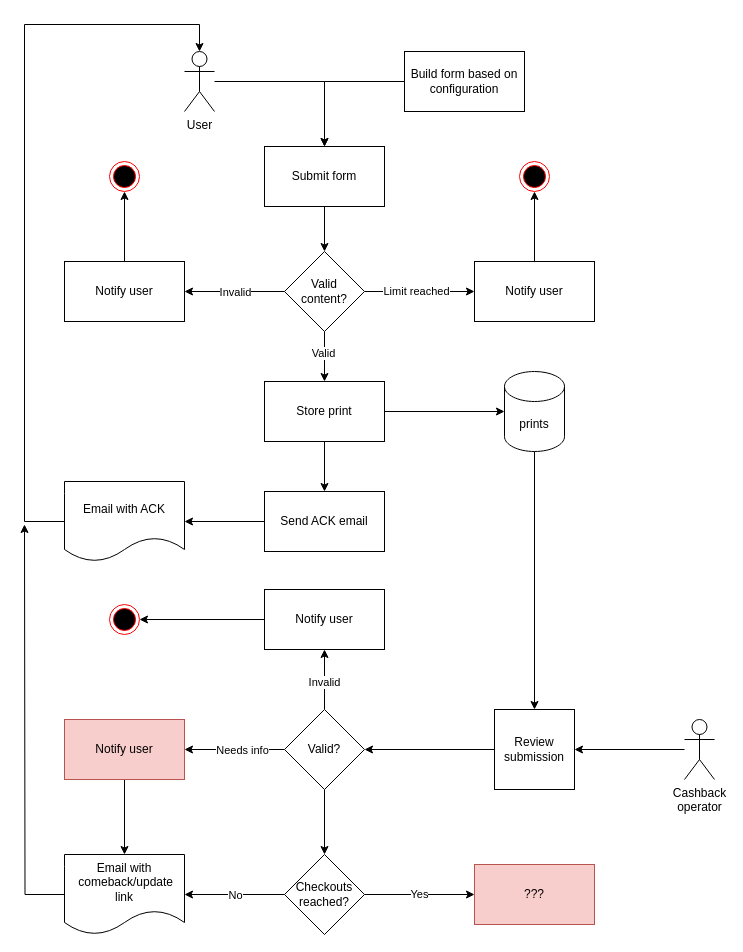
Above: page "User flow" (1 of 5) of loyalty/User Flow.drawio in valassis-fcalle/diagramas.net (draw.io), before the change. Source tidied: cells renumbered, new cells numbered last; positions are measured from the earlier drawing's top-left corner, leaving out a move shared by most shapes. Both pictures are drawn from the tidied source at 100%, with x=0, y=0 at pixel (24, 24).
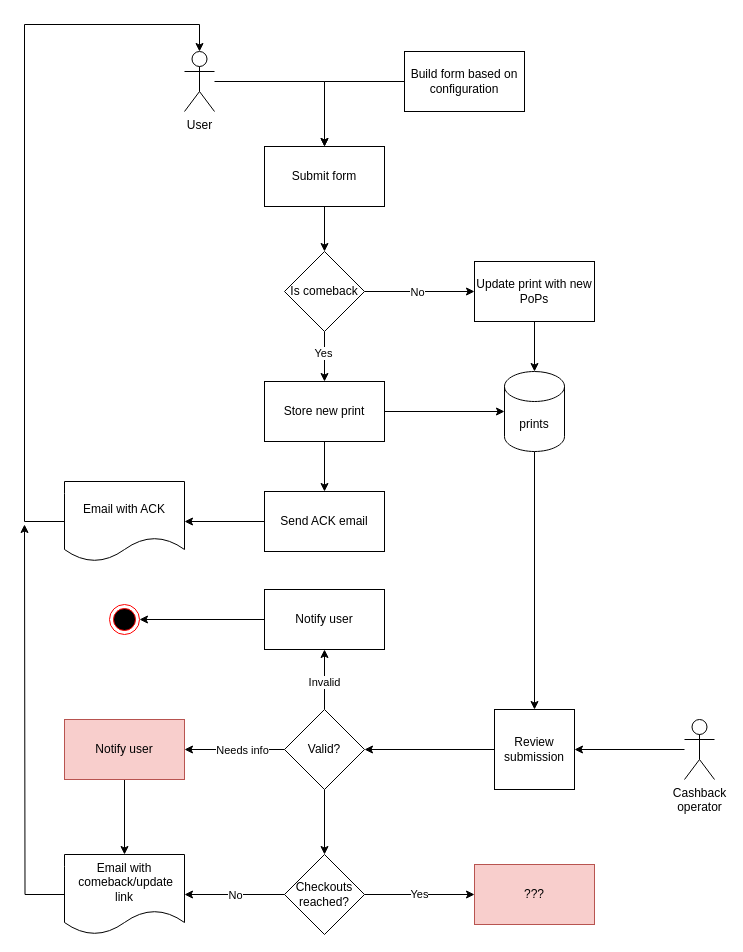
The same page after the edit.

The change refers to these unchanged cells:
```xml
<mxCell id="6" style="edgeStyle=orthogonalEdgeStyle;rounded=0;jettySize=auto;html=1;entryX=0;entryY=0.5;entryDx=0;entryDy=0;" parent="1" edge="1" source="10" target="15">
  <mxGeometry relative="1" as="geometry" />
</mxCell>
<mxCell id="8" style="edgeStyle=orthogonalEdgeStyle;rounded=0;jettySize=auto;html=1;entryX=0.5;entryY=0;entryDx=0;entryDy=0;" parent="1" edge="1" source="10" target="19">
  <mxGeometry relative="1" as="geometry" />
</mxCell>
<mxCell id="21" value="prints" style="shape=cylinder3;whiteSpace=wrap;html=1;boundedLbl=1;backgroundOutline=1;size=15;" parent="1" vertex="1">
  <mxGeometry x="480" y="347" width="60" height="80" as="geometry" />
</mxCell>
```

The edit, as a diff of the source:
```diff
@@
-    <mxCell id="4" style="edgeStyle=orthogonalEdgeStyle;rounded=0;jettySize=auto;html=1;exitX=0;exitY=0.5;exitDx=0;exitDy=0;entryX=1;entryY=0.5;entryDx=0;entryDy=0;" parent="1" edge="1" source="10" target="12">
-      <mxGeometry relative="1" as="geometry" />
-    </mxCell>
-    <mxCell id="5" value="Invalid" style="edgeLabel;html=1;align=center;verticalAlign=middle;" parent="4" vertex="1">
-      <mxGeometry y="2" relative="1" as="geometry">
-        <mxPoint y="-2" as="offset" />
-      </mxGeometry>
-    </mxCell>
@@
-    <mxCell id="7" value="Limit reached" style="edgeLabel;html=1;align=center;verticalAlign=middle;" parent="6" vertex="1">
-      <mxGeometry x="-0.07" y="1" relative="1" as="geometry" />
-    </mxCell>
+    <mxCell id="52" value="No" style="edgeLabel;html=1;align=center;verticalAlign=middle;" parent="6" vertex="1">
+      <mxGeometry x="-0.29" relative="1" as="geometry">
+        <mxPoint x="13" as="offset" />
+      </mxGeometry>
+    </mxCell>
@@
-    <mxCell id="9" value="Valid" style="edgeLabel;html=1;align=center;verticalAlign=middle;" parent="8" vertex="1">
+    <mxCell id="9" value="Yes" style="edgeLabel;html=1;align=center;verticalAlign=middle;" parent="8" vertex="1">
       <mxGeometry x="-0.17" y="-2" relative="1" as="geometry" />
     </mxCell>
-    <mxCell id="10" value="Valid&lt;br&gt;content?" style="rhombus;whiteSpace=wrap;html=1;" parent="1" vertex="1">
+    <mxCell id="10" value="Is comeback" style="rhombus;whiteSpace=wrap;html=1;" parent="1" vertex="1">
       <mxGeometry x="260" y="227" width="80" height="80" as="geometry" />
     </mxCell>
-    <mxCell id="11" style="edgeStyle=orthogonalEdgeStyle;rounded=0;jettySize=auto;html=1;" parent="1" edge="1" source="12" target="13">
-      <mxGeometry relative="1" as="geometry" />
-    </mxCell>
-    <mxCell id="12" value="Notify user" style="rounded=0;whiteSpace=wrap;html=1;" parent="1" vertex="1">
-      <mxGeometry x="40" y="237" width="120" height="60" as="geometry" />
-    </mxCell>
-    <mxCell id="13" style="ellipse;html=1;shape=endState;fillColor=#000000;strokeColor=#ff0000;" parent="1" vertex="1">
-      <mxGeometry x="85" y="137" width="30" height="30" as="geometry" />
-    </mxCell>
-    <mxCell id="14" style="edgeStyle=orthogonalEdgeStyle;rounded=0;jettySize=auto;html=1;entryX=0.5;entryY=1;entryDx=0;entryDy=0;" parent="1" edge="1" source="15" target="16">
-      <mxGeometry relative="1" as="geometry" />
-    </mxCell>
+    <mxCell id="53" style="edgeStyle=orthogonalEdgeStyle;rounded=0;jettySize=auto;html=1;entryX=0.5;entryY=0;entryDx=0;entryDy=0;entryPerimeter=0;" parent="1" edge="1" source="15" target="21">
+      <mxGeometry relative="1" as="geometry" />
+    </mxCell>
-    <mxCell id="15" value="Notify user" style="rounded=0;whiteSpace=wrap;html=1;" parent="1" vertex="1">
+    <mxCell id="15" value="Update print with new PoPs" style="rounded=0;whiteSpace=wrap;html=1;" parent="1" vertex="1">
       <mxGeometry x="450" y="237" width="120" height="60" as="geometry" />
     </mxCell>
-    <mxCell id="16" style="ellipse;html=1;shape=endState;fillColor=#000000;strokeColor=#ff0000;" parent="1" vertex="1">
-      <mxGeometry x="495" y="137" width="30" height="30" as="geometry" />
-    </mxCell>
@@
-    <mxCell id="19" value="Store print" style="rounded=0;whiteSpace=wrap;html=1;" parent="1" vertex="1">
+    <mxCell id="19" value="Store new print" style="rounded=0;whiteSpace=wrap;html=1;" parent="1" vertex="1">
       <mxGeometry x="240" y="357" width="120" height="60" as="geometry" />
     </mxCell>
```
